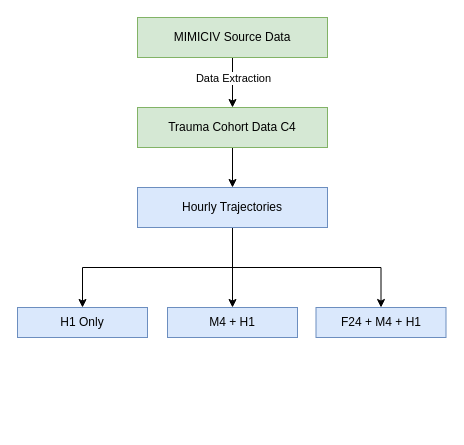
VANILAAAAAAAA/draw-io-workplace keeps this draw.io diagram as trauma predict/V3.2 design.drawio. Above is the earlier version. Source tidied: cells renumbered, new cells numbered last; positions are measured from the earlier drawing's top-left corner, leaving out a move shared by most shapes. Both pictures are drawn from the tidied source at 100%, with x=0, y=0 at pixel (17, 17).
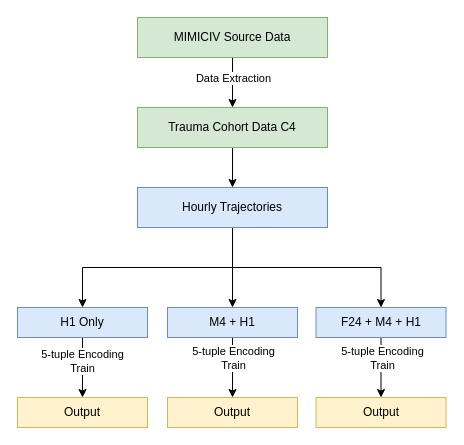
After the change.

Unchanged cells that the change refers to:
```xml
<mxCell id="11" value="H1 Only" style="rounded=0;whiteSpace=wrap;html=1;fillColor=#dae8fc;strokeColor=#6c8ebf;" parent="1" vertex="1">
  <mxGeometry y="290" width="130" height="30" as="geometry" />
</mxCell>
<mxCell id="12" value="M4 + H1" style="rounded=0;whiteSpace=wrap;html=1;fillColor=#dae8fc;strokeColor=#6c8ebf;" parent="1" vertex="1">
  <mxGeometry x="150" y="290" width="130" height="30" as="geometry" />
</mxCell>
<mxCell id="13" value="F24 + M4 + H1" style="rounded=0;whiteSpace=wrap;html=1;fillColor=#dae8fc;strokeColor=#6c8ebf;" parent="1" vertex="1">
  <mxGeometry x="298.5" y="290" width="130" height="30" as="geometry" />
</mxCell>
```

What changed in the source:
```diff
@@
+    <mxCell id="14" style="edgeStyle=orthogonalEdgeStyle;rounded=0;jettySize=auto;html=1;" parent="1" edge="1" source="11" target="18">
+      <mxGeometry relative="1" as="geometry" />
+    </mxCell>
+    <mxCell id="15" value="5-tuple Encoding&lt;div&gt;Train&lt;/div&gt;" style="edgeLabel;html=1;align=center;verticalAlign=middle;" parent="14" vertex="1">
+      <mxGeometry x="-0.22" y="-1" relative="1" as="geometry" />
+    </mxCell>
@@
+    <mxCell id="16" style="edgeStyle=orthogonalEdgeStyle;rounded=0;jettySize=auto;html=1;" parent="1" edge="1" source="12" target="19">
+      <mxGeometry relative="1" as="geometry" />
+    </mxCell>
@@
+    <mxCell id="17" style="edgeStyle=orthogonalEdgeStyle;rounded=0;jettySize=auto;html=1;" parent="1" edge="1" source="13" target="20">
+      <mxGeometry relative="1" as="geometry" />
+    </mxCell>
@@
+    <mxCell id="18" value="Output" style="rounded=0;whiteSpace=wrap;html=1;fillColor=#fff2cc;strokeColor=#d6b656;" parent="1" vertex="1">
+      <mxGeometry y="380" width="130" height="30" as="geometry" />
+    </mxCell>
+    <mxCell id="19" value="Output" style="rounded=0;whiteSpace=wrap;html=1;fillColor=#fff2cc;strokeColor=#d6b656;" parent="1" vertex="1">
+      <mxGeometry x="150" y="380" width="130" height="30" as="geometry" />
+    </mxCell>
+    <mxCell id="20" value="Output" style="rounded=0;whiteSpace=wrap;html=1;fillColor=#fff2cc;strokeColor=#d6b656;" parent="1" vertex="1">
+      <mxGeometry x="298.5" y="380" width="130" height="30" as="geometry" />
+    </mxCell>
+    <mxCell id="21" value="5-tuple Encoding&lt;div&gt;Train&lt;/div&gt;" style="edgeLabel;html=1;align=center;verticalAlign=middle;" parent="1" vertex="1">
+      <mxGeometry x="215" y="340" as="geometry" />
+    </mxCell>
+    <mxCell id="22" value="5-tuple Encoding&lt;div&gt;Train&lt;/div&gt;" style="edgeLabel;html=1;align=center;verticalAlign=middle;" parent="1" vertex="1">
+      <mxGeometry x="364" y="340" as="geometry" />
+    </mxCell>
```
